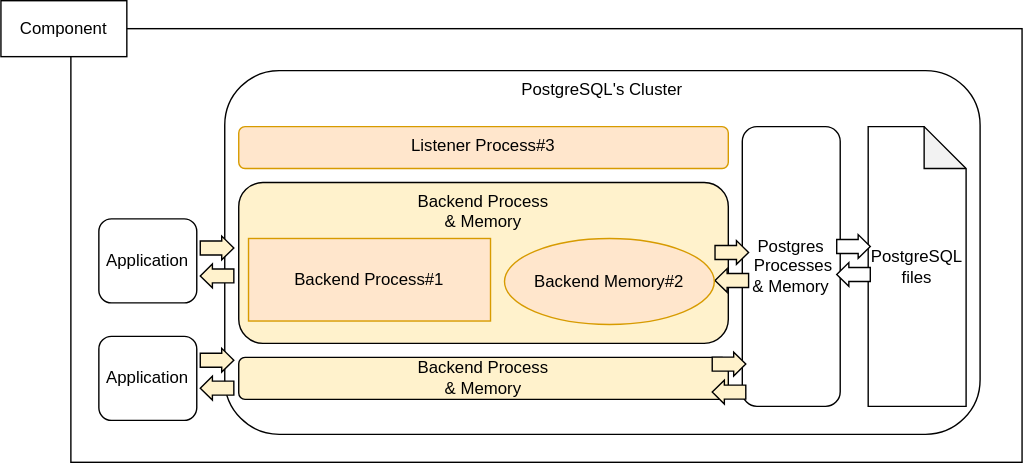
The draw.io diagram src/Content/Postgresql/SVGs/explore/components/explore_component_backendprocess.svg in koyama2023PBL/yatagarasu, before a commit. Source tidied: cells renumbered, new cells last; positions are measured from the earlier drawing's top-left corner, leaving out a move shared by most shapes.
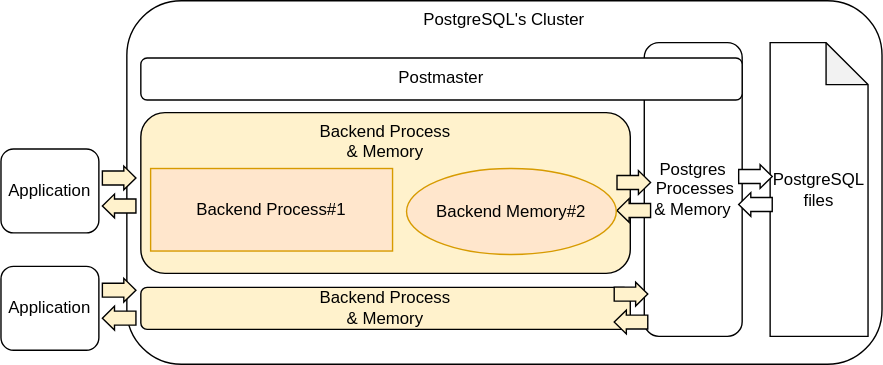
The same diagram one commit later.

The edit, as a diff of the source:
```diff
@@ -2,12 +2,6 @@
   <root>
     <mxCell id="0" />
     <mxCell id="1" parent="0" />
-    <mxCell id="2" style="rounded=0;whiteSpace=wrap;html=1;" parent="1" vertex="1">
-      <mxGeometry x="50" y="20" width="680" height="310" as="geometry" />
-    </mxCell>
-    <mxCell id="3" value="Component" style="rounded=0;whiteSpace=wrap;html=1;align=center;" parent="1" vertex="1">
-      <mxGeometry width="90" height="40" as="geometry" />
-    </mxCell>
     <mxCell id="4" value="Application" style="rounded=1;whiteSpace=wrap;html=1;" parent="1" vertex="1">
       <mxGeometry x="70" y="156" width="70" height="60" as="geometry" />
     </mxCell>
@@ -21,10 +15,10 @@
       <mxGeometry x="170" y="130" width="350" height="115" as="geometry" />
     </mxCell>
     <mxCell id="8" value="Postgres&lt;br&gt;&amp;nbsp;Processes&lt;br&gt;&amp;amp; Memory" style="rounded=1;whiteSpace=wrap;html=1;verticalAlign=middle;" parent="1" vertex="1">
-      <mxGeometry x="530" y="90" width="70" height="200" as="geometry" />
+      <mxGeometry x="530" y="80" width="70" height="210" as="geometry" />
     </mxCell>
     <mxCell id="9" value="PostgreSQL&lt;br&gt;files" style="shape=note;whiteSpace=wrap;html=1;backgroundOutline=1;darkOpacity=0.05;" parent="1" vertex="1">
-      <mxGeometry x="620" y="90" width="70" height="200" as="geometry" />
+      <mxGeometry x="620" y="80" width="70" height="210" as="geometry" />
     </mxCell>
     <mxCell id="10" value="Backend Process&lt;br&gt;&amp;amp; Memory" style="rounded=1;whiteSpace=wrap;html=1;verticalAlign=middle;fillColor=#FFF2CC;" parent="1" vertex="1">
       <mxGeometry x="170" y="255" width="350" height="30" as="geometry" />
@@ -95,8 +89,8 @@
     <mxCell id="22" value="Backend Memory#2" style="ellipse;whiteSpace=wrap;html=1;fillColor=#ffe6cc;strokeColor=#d79b00;" parent="1" vertex="1">
       <mxGeometry x="360" y="170" width="150" height="61.5" as="geometry" />
     </mxCell>
-    <mxCell id="23" value="Listener Process#3" style="rounded=1;whiteSpace=wrap;html=1;verticalAlign=top;align=center;fillColor=#ffe6cc;strokeColor=#d79b00;" parent="1" vertex="1">
-      <mxGeometry x="170" y="90" width="350" height="30" as="geometry" />
+    <mxCell id="23" value="Postmaster" style="rounded=1;whiteSpace=wrap;html=1;verticalAlign=top;align=center;" parent="1" vertex="1">
+      <mxGeometry x="170" y="91" width="430" height="30" as="geometry" />
     </mxCell>
   </root>
 </mxGraphModel>
```
